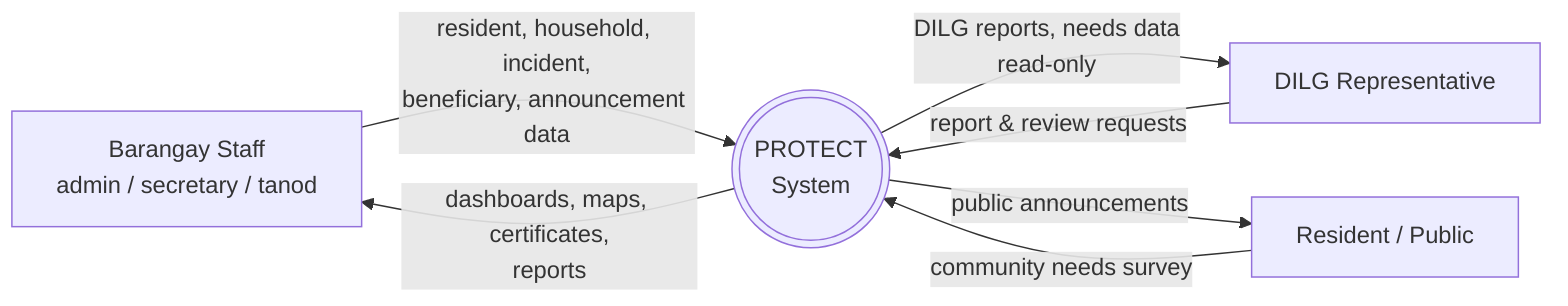
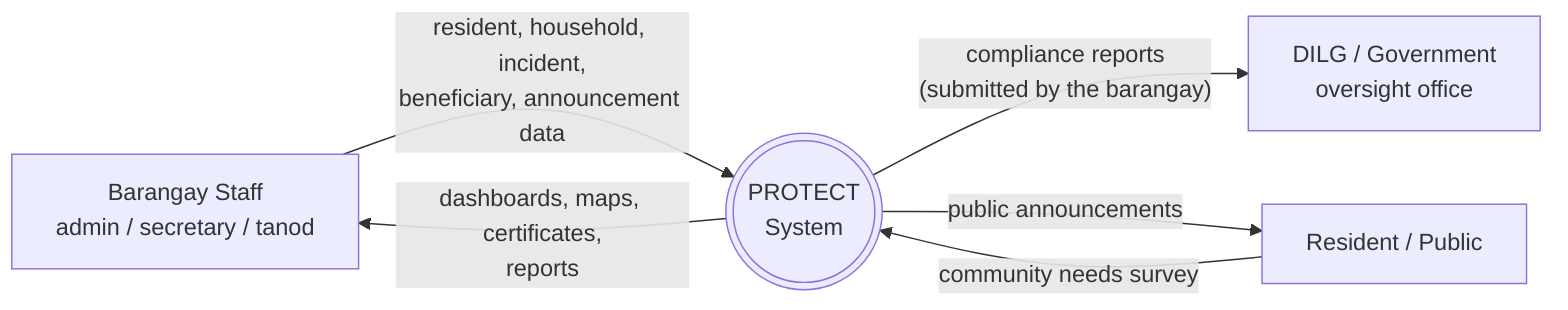
flowchart LR
    Staff[Barangay Staff<br/>admin / secretary / tanod]
-     DILGrep[DILG Representative]
+     DILG[DILG / Government<br/>oversight office]
    Public[Resident / Public]

    System(((PROTECT<br/>System)))

    Staff -- resident, household, incident,<br/>beneficiary, announcement data --> System
    System -- dashboards, maps, certificates,<br/>reports --> Staff

-     DILGrep -- report & review requests --> System
-     System -- DILG reports, needs data<br/>read-only --> DILGrep
+     System -- compliance reports<br/>(submitted by the barangay) --> DILG

    Public -- community needs survey --> System
    System -- public announcements --> Public
